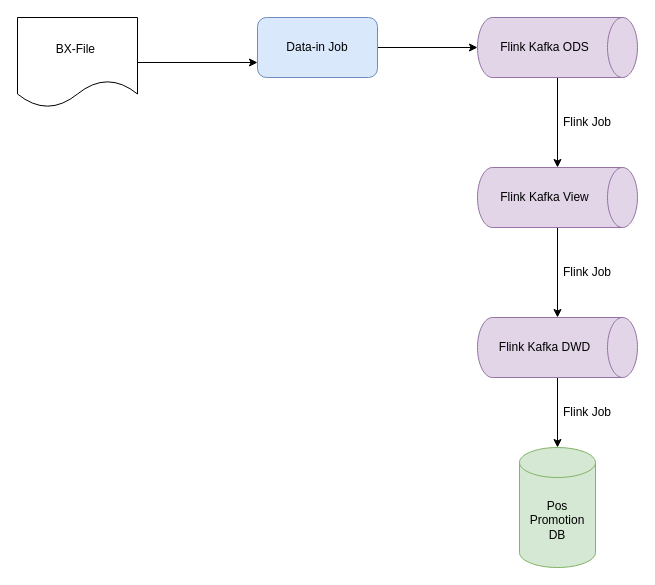
Earlier version of the draw.io diagram BX-File import.drawio (lukelongcn/drawio). Source tidied: cells renumbered, new cells numbered last; positions are measured from the earlier drawing's top-left corner, leaving out a move shared by most shapes. Both pictures are drawn from the tidied source at 100%, with x=0, y=0 at pixel (17, 17).
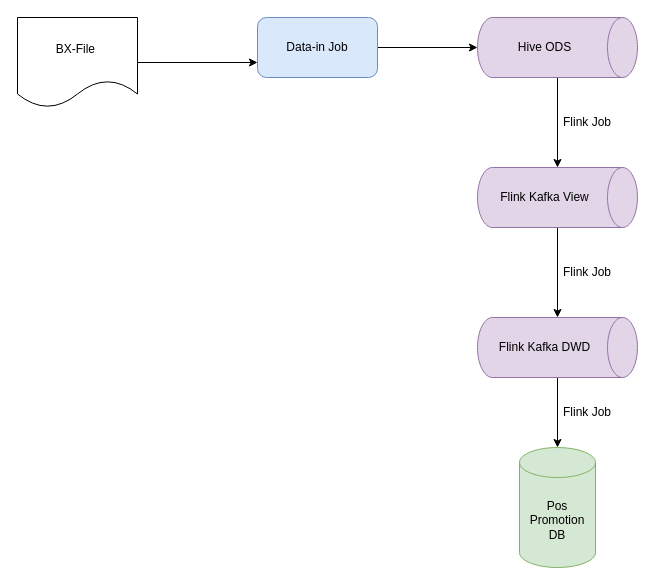
Above is the later version.

Diff of the diagram source:
```diff
@@
 <mxGraphModel>
   <root>
     <mxCell id="0" />
     <mxCell id="1" parent="0" />
     <mxCell id="2" style="edgeStyle=orthogonalEdgeStyle;rounded=0;jettySize=auto;html=1;entryX=0;entryY=0.75;entryDx=0;entryDy=0;" parent="1" edge="1" source="3" target="5">
       <mxGeometry relative="1" as="geometry" />
     </mxCell>
     <mxCell id="3" value="BX-File&amp;nbsp;" style="shape=document;whiteSpace=wrap;html=1;boundedLbl=1;" parent="1" vertex="1">
       <mxGeometry width="120" height="90" as="geometry" />
     </mxCell>
     <mxCell id="4" style="edgeStyle=orthogonalEdgeStyle;rounded=0;jettySize=auto;html=1;entryX=0.5;entryY=1;entryDx=0;entryDy=0;entryPerimeter=0;" parent="1" edge="1" source="5" target="7">
       <mxGeometry relative="1" as="geometry" />
     </mxCell>
     <mxCell id="5" value="Data-in Job" style="rounded=1;whiteSpace=wrap;html=1;fillColor=#dae8fc;strokeColor=#6c8ebf;" parent="1" vertex="1">
       <mxGeometry x="240" width="120" height="60" as="geometry" />
     </mxCell>
     <mxCell id="6" style="edgeStyle=orthogonalEdgeStyle;rounded=0;jettySize=auto;html=1;entryX=0;entryY=0.5;entryDx=0;entryDy=0;entryPerimeter=0;" parent="1" edge="1" source="7" target="9">
       <mxGeometry relative="1" as="geometry" />
     </mxCell>
-    <mxCell id="7" value="Flink Kafka ODS" style="shape=cylinder3;whiteSpace=wrap;html=1;boundedLbl=1;backgroundOutline=1;size=15;direction=south;fillColor=#e1d5e7;strokeColor=#9673a6;" parent="1" vertex="1">
+    <mxCell id="7" value="Hive ODS" style="shape=cylinder3;whiteSpace=wrap;html=1;boundedLbl=1;backgroundOutline=1;size=15;direction=south;fillColor=#e1d5e7;strokeColor=#9673a6;" parent="1" vertex="1">
       <mxGeometry x="460" width="160" height="60" as="geometry" />
     </mxCell>
     <mxCell id="8" style="edgeStyle=orthogonalEdgeStyle;rounded=0;jettySize=auto;html=1;entryX=0;entryY=0.5;entryDx=0;entryDy=0;entryPerimeter=0;" parent="1" edge="1" source="9" target="11">
       <mxGeometry relative="1" as="geometry" />
     </mxCell>
     <mxCell id="9" value="Flink Kafka View" style="shape=cylinder3;whiteSpace=wrap;html=1;boundedLbl=1;backgroundOutline=1;size=15;direction=south;fillColor=#e1d5e7;strokeColor=#9673a6;" parent="1" vertex="1">
       <mxGeometry x="460" y="150" width="160" height="60" as="geometry" />
     </mxCell>
     <mxCell id="10" style="edgeStyle=orthogonalEdgeStyle;rounded=0;jettySize=auto;html=1;entryX=0.5;entryY=0;entryDx=0;entryDy=0;entryPerimeter=0;" parent="1" edge="1" source="11" target="14">
       <mxGeometry relative="1" as="geometry" />
     </mxCell>
     <mxCell id="11" value="Flink Kafka DWD" style="shape=cylinder3;whiteSpace=wrap;html=1;boundedLbl=1;backgroundOutline=1;size=15;direction=south;fillColor=#e1d5e7;strokeColor=#9673a6;" parent="1" vertex="1">
       <mxGeometry x="460" y="300" width="160" height="60" as="geometry" />
     </mxCell>
     <mxCell id="12" value="Flink Job" style="text;html=1;strokeColor=none;fillColor=none;align=center;verticalAlign=middle;whiteSpace=wrap;rounded=0;" parent="1" vertex="1">
       <mxGeometry x="540" y="240" width="60" height="30" as="geometry" />
     </mxCell>
     <mxCell id="13" value="Flink Job" style="text;html=1;strokeColor=none;fillColor=none;align=center;verticalAlign=middle;whiteSpace=wrap;rounded=0;" parent="1" vertex="1">
       <mxGeometry x="540" y="379.5" width="60" height="30" as="geometry" />
     </mxCell>
     <mxCell id="14" value="Pos Promotion DB" style="shape=cylinder3;whiteSpace=wrap;html=1;boundedLbl=1;backgroundOutline=1;size=15;fillColor=#d5e8d4;strokeColor=#82b366;" parent="1" vertex="1">
       <mxGeometry x="502" y="430" width="76" height="120" as="geometry" />
     </mxCell>
     <mxCell id="15" value="Flink Job" style="text;html=1;strokeColor=none;fillColor=none;align=center;verticalAlign=middle;whiteSpace=wrap;rounded=0;" parent="1" vertex="1">
       <mxGeometry x="540" y="90" width="60" height="30" as="geometry" />
     </mxCell>
   </root>
 </mxGraphModel>
```
